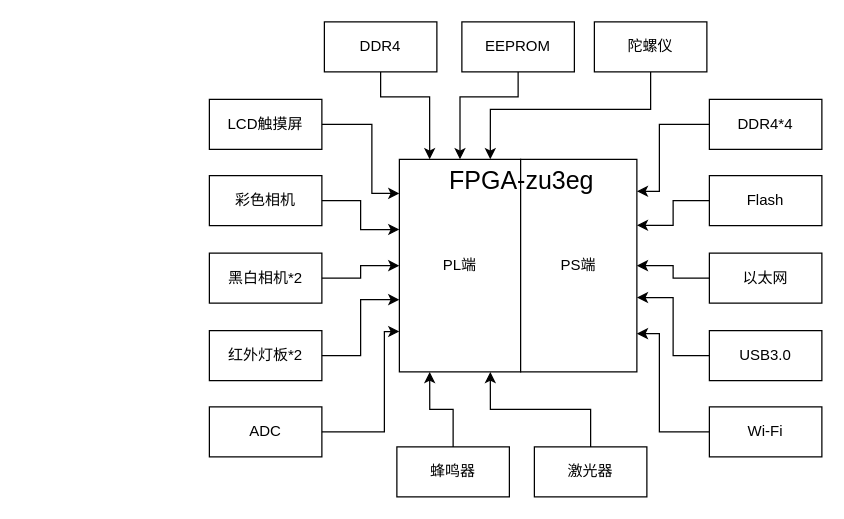
Earlier version of the draw.io diagram page "ame-光学定位仪" (7 of 7) of 框图.drawio (hjh0920/flow_chart). Source tidied: cells renumbered, new cells numbered last; positions are measured from the earlier drawing's top-left corner, leaving out a move shared by most shapes. Both pictures are drawn from the tidied source at 125%, with x=0, y=0 at pixel (209, 21).
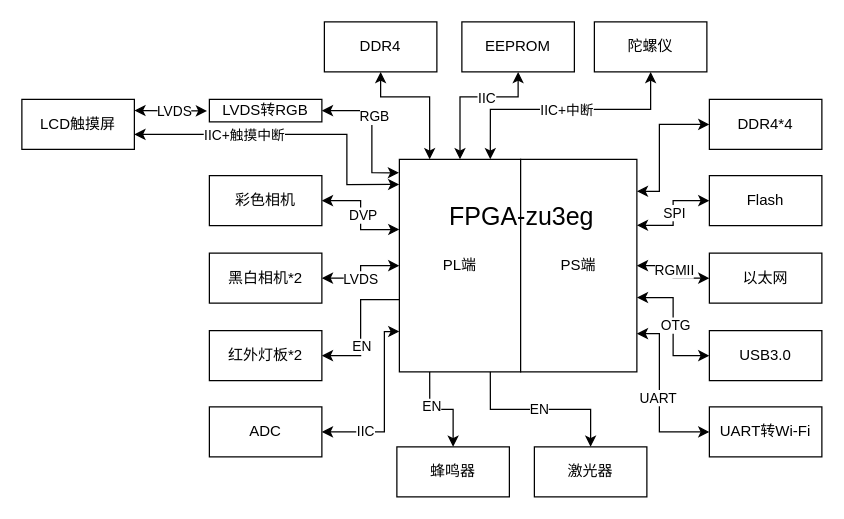
Above is the later version.

Unchanged cells that the change refers to:
```xml
<mxCell id="2" value="DDR4*4" style="rounded=0;whiteSpace=wrap;html=1;" parent="1" vertex="1">
  <mxGeometry x="400" y="62" width="90" height="40" as="geometry" />
</mxCell>
<mxCell id="4" value="DDR4" style="rounded=0;whiteSpace=wrap;html=1;" parent="1" vertex="1">
  <mxGeometry x="92" width="90" height="40" as="geometry" />
</mxCell>
<mxCell id="5" style="group;" parent="1" vertex="1">
  <mxGeometry x="152" y="110" width="190" height="170" as="geometry" />
</mxCell>
<mxCell id="6" value="PL端" style="rounded=0;whiteSpace=wrap;html=1;points=[[0,0,0,0,0],[0,0.16,0,0,0],[0,0.33,0,0,0],[0,0.5,0,0,0],[0,0.66,0,0,0],[0,0.81,0,0,0],[0,1,0,0,0],[0.25,0,0,0,0],[0.25,1,0,0,0],[0.5,0,0,0,0],[0.5,1,0,0,0],[0.75,0,0,0,0],[0.75,1,0,0,0],[1,0,0,0,0],[1,0.16,0,0,0],[1,0.33,0,0,0],[1,0.5,0,0,0],[1,0.66,0,0,0],[1,0.81,0,0,0],[1,1,0,0,0]];" parent="5" vertex="1">
  <mxGeometry width="97" height="170" as="geometry" />
</mxCell>
<mxCell id="7" value="PS端" style="rounded=0;whiteSpace=wrap;html=1;points=[[0,0,0,0,0],[0,0.25,0,0,0],[0,0.5,0,0,0],[0,0.75,0,0,0],[0,1,0,0,0],[0.25,0,0,0,0],[0.25,1,0,0,0],[0.5,0,0,0,0],[0.5,1,0,0,0],[0.75,0,0,0,0],[0.75,1,0,0,0],[1,0,0,0,0],[1,0.15,0,0,0],[1,0.31,0,0,0],[1,0.5,0,0,0],[1,0.65,0,0,0],[1,0.82,0,0,0],[1,1,0,0,0]];" parent="5" vertex="1">
  <mxGeometry x="97" width="93" height="170" as="geometry" />
</mxCell>
<mxCell id="9" value="蜂鸣器" style="rounded=0;whiteSpace=wrap;html=1;" parent="1" vertex="1">
  <mxGeometry x="150" y="340" width="90" height="40" as="geometry" />
</mxCell>
<mxCell id="10" value="Flash" style="rounded=0;whiteSpace=wrap;html=1;" parent="1" vertex="1">
  <mxGeometry x="400" y="123" width="90" height="40" as="geometry" />
</mxCell>
<mxCell id="11" value="黑白相机*2" style="rounded=0;whiteSpace=wrap;html=1;" parent="1" vertex="1">
  <mxGeometry y="185" width="90" height="40" as="geometry" />
</mxCell>
<mxCell id="13" value="陀螺仪" style="rounded=0;whiteSpace=wrap;html=1;" parent="1" vertex="1">
  <mxGeometry x="308" width="90" height="40" as="geometry" />
</mxCell>
<mxCell id="15" value="EEPROM" style="rounded=0;whiteSpace=wrap;html=1;" parent="1" vertex="1">
  <mxGeometry x="202" width="90" height="40" as="geometry" />
</mxCell>
<mxCell id="16" value="ADC" style="rounded=0;whiteSpace=wrap;html=1;" parent="1" vertex="1">
  <mxGeometry y="308" width="90" height="40" as="geometry" />
</mxCell>
<mxCell id="17" value="红外灯板*2" style="rounded=0;whiteSpace=wrap;html=1;" parent="1" vertex="1">
  <mxGeometry y="247" width="90" height="40" as="geometry" />
</mxCell>
<mxCell id="18" value="激光器" style="rounded=0;whiteSpace=wrap;html=1;" parent="1" vertex="1">
  <mxGeometry x="260" y="340" width="90" height="40" as="geometry" />
</mxCell>
<mxCell id="22" value="彩色相机" style="rounded=0;whiteSpace=wrap;html=1;" parent="1" vertex="1">
  <mxGeometry y="123" width="90" height="40" as="geometry" />
</mxCell>
<mxCell id="23" value="以太网" style="rounded=0;whiteSpace=wrap;html=1;" parent="1" vertex="1">
  <mxGeometry x="400" y="185" width="90" height="40" as="geometry" />
</mxCell>
<mxCell id="24" value="USB3.0" style="rounded=0;whiteSpace=wrap;html=1;" parent="1" vertex="1">
  <mxGeometry x="400" y="247" width="90" height="40" as="geometry" />
</mxCell>
```

Diff of the diagram source:
```diff
@@
-    <mxCell id="3" style="edgeStyle=orthogonalEdgeStyle;rounded=0;jettySize=auto;html=1;exitX=0.5;exitY=1;exitDx=0;exitDy=0;entryX=0.25;entryY=0;entryDx=0;entryDy=0;" parent="1" edge="1" source="4" target="6">
+    <mxCell id="3" style="edgeStyle=orthogonalEdgeStyle;rounded=0;jettySize=auto;html=1;exitX=0.5;exitY=1;exitDx=0;exitDy=0;entryX=0.25;entryY=0;entryDx=0;entryDy=0;startArrow=classic;startFill=1;" parent="1" edge="1" source="4" target="6">
       <mxGeometry relative="1" as="geometry">
         <Array as="points">
           <mxPoint x="137" y="60" />
           <mxPoint x="176" y="60" />
         </Array>
       </mxGeometry>
     </mxCell>
@@
     <mxCell id="8" value="FPGA-&lt;span style=&quot;background-color: transparent; color: light-dark(rgb(0, 0, 0), rgb(255, 255, 255));&quot;&gt;zu3eg&lt;/span&gt;" style="text;html=1;whiteSpace=wrap;strokeColor=none;fillColor=none;align=center;verticalAlign=middle;rounded=0;fontSize=20;fontStyle=0;" parent="5" vertex="1">
-      <mxGeometry x="13" y="2.7" width="170" height="26.8" as="geometry" />
+      <mxGeometry x="13" y="31.7" width="170" height="26.8" as="geometry" />
     </mxCell>
@@
-    <mxCell id="12" style="edgeStyle=orthogonalEdgeStyle;rounded=0;jettySize=auto;html=1;exitX=0.5;exitY=1;exitDx=0;exitDy=0;entryX=0.75;entryY=0;entryDx=0;entryDy=0;" parent="1" edge="1" source="13" target="6">
+    <mxCell id="12" style="edgeStyle=orthogonalEdgeStyle;rounded=0;jettySize=auto;html=1;exitX=0.5;exitY=1;exitDx=0;exitDy=0;entryX=0.75;entryY=0;entryDx=0;entryDy=0;startArrow=classic;startFill=1;" parent="1" edge="1" source="13" target="6">
       <mxGeometry relative="1" as="geometry">
         <Array as="points">
           <mxPoint x="353" y="70" />
           <mxPoint x="225" y="70" />
         </Array>
       </mxGeometry>
     </mxCell>
+    <mxCell id="36" value="IIC+中断" style="edgeLabel;html=1;align=center;verticalAlign=middle;" parent="12" vertex="1">
+      <mxGeometry x="-0.01" relative="1" as="geometry" />
+    </mxCell>
@@
-    <mxCell id="14" style="edgeStyle=orthogonalEdgeStyle;rounded=0;jettySize=auto;html=1;exitX=0.5;exitY=1;exitDx=0;exitDy=0;entryX=0.5;entryY=0;entryDx=0;entryDy=0;" parent="1" edge="1" source="15" target="6">
+    <mxCell id="14" style="edgeStyle=orthogonalEdgeStyle;rounded=0;jettySize=auto;html=1;exitX=0.5;exitY=1;exitDx=0;exitDy=0;entryX=0.5;entryY=0;entryDx=0;entryDy=0;startArrow=classic;startFill=1;" parent="1" edge="1" source="15" target="6">
       <mxGeometry relative="1" as="geometry">
         <Array as="points">
           <mxPoint x="247" y="60" />
           <mxPoint x="201" y="60" />
         </Array>
       </mxGeometry>
     </mxCell>
+    <mxCell id="37" value="IIC" style="edgeLabel;html=1;align=center;verticalAlign=middle;" parent="14" vertex="1">
+      <mxGeometry x="-0.21" relative="1" as="geometry" />
+    </mxCell>
@@
-    <mxCell id="19" value="Wi-Fi" style="rounded=0;whiteSpace=wrap;html=1;" parent="1" vertex="1">
+    <mxCell id="19" value="UART转Wi-Fi" style="rounded=0;whiteSpace=wrap;html=1;" parent="1" vertex="1">
       <mxGeometry x="400" y="308" width="90" height="40" as="geometry" />
     </mxCell>
-    <mxCell id="20" style="edgeStyle=orthogonalEdgeStyle;rounded=0;jettySize=auto;html=1;exitX=1;exitY=0.5;exitDx=0;exitDy=0;entryX=0;entryY=0.16;entryDx=0;entryDy=0;entryPerimeter=0;" parent="1" edge="1" source="21" target="6">
+    <mxCell id="20" style="edgeStyle=orthogonalEdgeStyle;rounded=0;jettySize=auto;html=1;exitX=1;exitY=0.5;exitDx=0;exitDy=0;entryX=-0.003;entryY=0.063;entryDx=0;entryDy=0;entryPerimeter=0;startArrow=classic;startFill=1;" parent="1" edge="1" source="21" target="6">
       <mxGeometry relative="1" as="geometry">
         <Array as="points">
-          <mxPoint x="130" y="82" />
-          <mxPoint x="130" y="137" />
+          <mxPoint x="130" y="71" />
+          <mxPoint x="130" y="120" />
+          <mxPoint x="152" y="120" />
         </Array>
       </mxGeometry>
     </mxCell>
+    <mxCell id="38" value="RGB" style="edgeLabel;html=1;align=center;verticalAlign=middle;" parent="20" vertex="1">
+      <mxGeometry x="-0.21" y="1" relative="1" as="geometry" />
+    </mxCell>
-    <mxCell id="21" value="LCD触摸屏" style="rounded=0;whiteSpace=wrap;html=1;" parent="1" vertex="1">
-      <mxGeometry y="62" width="90" height="40" as="geometry" />
+    <mxCell id="21" value="LVDS转RGB" style="rounded=0;whiteSpace=wrap;html=1;" parent="1" vertex="1">
+      <mxGeometry y="62" width="90" height="18" as="geometry" />
     </mxCell>
@@
-    <mxCell id="25" style="edgeStyle=orthogonalEdgeStyle;rounded=0;jettySize=auto;html=1;exitX=1;exitY=0.5;exitDx=0;exitDy=0;entryX=0;entryY=0.33;entryDx=0;entryDy=0;entryPerimeter=0;" parent="1" edge="1" source="22" target="6">
+    <mxCell id="25" style="edgeStyle=orthogonalEdgeStyle;rounded=0;jettySize=auto;html=1;exitX=1;exitY=0.5;exitDx=0;exitDy=0;entryX=0;entryY=0.33;entryDx=0;entryDy=0;entryPerimeter=0;startArrow=classic;startFill=1;" parent="1" edge="1" source="22" target="6">
       <mxGeometry relative="1" as="geometry" />
     </mxCell>
+    <mxCell id="39" value="DVP" style="edgeLabel;html=1;align=center;verticalAlign=middle;" parent="25" vertex="1">
+      <mxGeometry x="-0.02" y="1" relative="1" as="geometry" />
+    </mxCell>
-    <mxCell id="26" style="edgeStyle=orthogonalEdgeStyle;rounded=0;jettySize=auto;html=1;exitX=1;exitY=0.5;exitDx=0;exitDy=0;entryX=0;entryY=0.5;entryDx=0;entryDy=0;entryPerimeter=0;" parent="1" edge="1" source="11" target="6">
+    <mxCell id="26" style="edgeStyle=orthogonalEdgeStyle;rounded=0;jettySize=auto;html=1;exitX=1;exitY=0.5;exitDx=0;exitDy=0;entryX=0;entryY=0.5;entryDx=0;entryDy=0;entryPerimeter=0;startArrow=classic;startFill=1;" parent="1" edge="1" source="11" target="6">
       <mxGeometry relative="1" as="geometry" />
     </mxCell>
+    <mxCell id="40" value="LVDS" style="edgeLabel;html=1;align=center;verticalAlign=middle;" parent="26" vertex="1">
+      <mxGeometry x="-0.4" relative="1" as="geometry">
+        <mxPoint x="8" as="offset" />
+      </mxGeometry>
+    </mxCell>
-    <mxCell id="27" style="edgeStyle=orthogonalEdgeStyle;rounded=0;jettySize=auto;html=1;exitX=1;exitY=0.5;exitDx=0;exitDy=0;entryX=0;entryY=0.66;entryDx=0;entryDy=0;entryPerimeter=0;" parent="1" edge="1" source="17" target="6">
+    <mxCell id="27" style="edgeStyle=orthogonalEdgeStyle;rounded=0;jettySize=auto;html=1;exitX=1;exitY=0.5;exitDx=0;exitDy=0;entryX=0;entryY=0.66;entryDx=0;entryDy=0;entryPerimeter=0;startArrow=classic;startFill=1;endArrow=none;endFill=0;" parent="1" edge="1" source="17" target="6">
       <mxGeometry relative="1" as="geometry" />
     </mxCell>
+    <mxCell id="41" value="EN" style="edgeLabel;html=1;align=center;verticalAlign=middle;" parent="27" vertex="1">
+      <mxGeometry x="-0.27" relative="1" as="geometry" />
+    </mxCell>
-    <mxCell id="28" style="edgeStyle=orthogonalEdgeStyle;rounded=0;jettySize=auto;html=1;exitX=1;exitY=0.5;exitDx=0;exitDy=0;entryX=0;entryY=0.81;entryDx=0;entryDy=0;entryPerimeter=0;" parent="1" edge="1" source="16" target="6">
+    <mxCell id="28" style="edgeStyle=orthogonalEdgeStyle;rounded=0;jettySize=auto;html=1;exitX=1;exitY=0.5;exitDx=0;exitDy=0;entryX=0;entryY=0.81;entryDx=0;entryDy=0;entryPerimeter=0;startArrow=classic;startFill=1;" parent="1" edge="1" source="16" target="6">
       <mxGeometry relative="1" as="geometry">
         <Array as="points">
           <mxPoint x="140" y="328" />
           <mxPoint x="140" y="248" />
         </Array>
       </mxGeometry>
     </mxCell>
+    <mxCell id="42" value="IIC" style="edgeLabel;html=1;align=center;verticalAlign=middle;" parent="28" vertex="1">
+      <mxGeometry x="-0.52" y="1" relative="1" as="geometry" />
+    </mxCell>
-    <mxCell id="29" style="edgeStyle=orthogonalEdgeStyle;rounded=0;jettySize=auto;html=1;exitX=0.5;exitY=0;exitDx=0;exitDy=0;entryX=0.25;entryY=1;entryDx=0;entryDy=0;entryPerimeter=0;" parent="1" edge="1" source="9" target="6">
+    <mxCell id="29" style="edgeStyle=orthogonalEdgeStyle;rounded=0;jettySize=auto;html=1;exitX=0.5;exitY=0;exitDx=0;exitDy=0;entryX=0.25;entryY=1;entryDx=0;entryDy=0;entryPerimeter=0;startArrow=classic;startFill=1;endArrow=none;endFill=0;" parent="1" edge="1" source="9" target="6">
       <mxGeometry relative="1" as="geometry" />
     </mxCell>
+    <mxCell id="43" value="EN" style="edgeLabel;html=1;align=center;verticalAlign=middle;" parent="29" vertex="1">
+      <mxGeometry x="0.29" y="-1" relative="1" as="geometry" />
+    </mxCell>
-    <mxCell id="30" style="edgeStyle=orthogonalEdgeStyle;rounded=0;jettySize=auto;html=1;exitX=0.5;exitY=0;exitDx=0;exitDy=0;entryX=0.75;entryY=1;entryDx=0;entryDy=0;entryPerimeter=0;" parent="1" edge="1" source="18" target="6">
+    <mxCell id="30" style="edgeStyle=orthogonalEdgeStyle;rounded=0;jettySize=auto;html=1;exitX=0.5;exitY=0;exitDx=0;exitDy=0;entryX=0.75;entryY=1;entryDx=0;entryDy=0;entryPerimeter=0;startArrow=classic;startFill=1;endArrow=none;endFill=0;" parent="1" edge="1" source="18" target="6">
       <mxGeometry relative="1" as="geometry" />
     </mxCell>
+    <mxCell id="44" value="EN" style="edgeLabel;html=1;align=center;verticalAlign=middle;" parent="30" vertex="1">
+      <mxGeometry x="0.03" y="-1" relative="1" as="geometry" />
+    </mxCell>
-    <mxCell id="31" style="edgeStyle=orthogonalEdgeStyle;rounded=0;jettySize=auto;html=1;exitX=0;exitY=0.5;exitDx=0;exitDy=0;entryX=1;entryY=0.15;entryDx=0;entryDy=0;entryPerimeter=0;" parent="1" edge="1" source="2" target="7">
+    <mxCell id="31" style="edgeStyle=orthogonalEdgeStyle;rounded=0;jettySize=auto;html=1;exitX=0;exitY=0.5;exitDx=0;exitDy=0;entryX=1;entryY=0.15;entryDx=0;entryDy=0;entryPerimeter=0;startArrow=classic;startFill=1;" parent="1" edge="1" source="2" target="7">
       <mxGeometry relative="1" as="geometry">
         <Array as="points">
           <mxPoint x="360" y="82" />
           <mxPoint x="360" y="136" />
         </Array>
       </mxGeometry>
     </mxCell>
-    <mxCell id="32" style="edgeStyle=orthogonalEdgeStyle;rounded=0;jettySize=auto;html=1;exitX=0;exitY=0.5;exitDx=0;exitDy=0;entryX=1;entryY=0.31;entryDx=0;entryDy=0;entryPerimeter=0;" parent="1" edge="1" source="10" target="7">
+    <mxCell id="32" style="edgeStyle=orthogonalEdgeStyle;rounded=0;jettySize=auto;html=1;exitX=0;exitY=0.5;exitDx=0;exitDy=0;entryX=1;entryY=0.31;entryDx=0;entryDy=0;entryPerimeter=0;startArrow=classic;startFill=1;" parent="1" edge="1" source="10" target="7">
       <mxGeometry relative="1" as="geometry" />
     </mxCell>
+    <mxCell id="45" value="SPI" style="edgeLabel;html=1;align=center;verticalAlign=middle;" parent="32" vertex="1">
+      <mxGeometry x="-0.01" relative="1" as="geometry" />
+    </mxCell>
-    <mxCell id="33" style="edgeStyle=orthogonalEdgeStyle;rounded=0;jettySize=auto;html=1;exitX=0;exitY=0.5;exitDx=0;exitDy=0;entryX=1;entryY=0.5;entryDx=0;entryDy=0;entryPerimeter=0;" parent="1" edge="1" source="23" target="7">
+    <mxCell id="33" style="edgeStyle=orthogonalEdgeStyle;rounded=0;jettySize=auto;html=1;exitX=0;exitY=0.5;exitDx=0;exitDy=0;entryX=1;entryY=0.5;entryDx=0;entryDy=0;entryPerimeter=0;startArrow=classic;startFill=1;" parent="1" edge="1" source="23" target="7">
       <mxGeometry relative="1" as="geometry" />
     </mxCell>
+    <mxCell id="46" value="RGMII" style="edgeLabel;html=1;align=center;verticalAlign=middle;" parent="33" vertex="1">
+      <mxGeometry x="0.05" relative="1" as="geometry" />
+    </mxCell>
-    <mxCell id="34" style="edgeStyle=orthogonalEdgeStyle;rounded=0;jettySize=auto;html=1;exitX=0;exitY=0.5;exitDx=0;exitDy=0;entryX=1;entryY=0.65;entryDx=0;entryDy=0;entryPerimeter=0;" parent="1" edge="1" source="24" target="7">
+    <mxCell id="34" style="edgeStyle=orthogonalEdgeStyle;rounded=0;jettySize=auto;html=1;exitX=0;exitY=0.5;exitDx=0;exitDy=0;entryX=1;entryY=0.65;entryDx=0;entryDy=0;entryPerimeter=0;startArrow=classic;startFill=1;" parent="1" edge="1" source="24" target="7">
       <mxGeometry relative="1" as="geometry" />
     </mxCell>
+    <mxCell id="47" value="OTG" style="edgeLabel;html=1;align=center;verticalAlign=middle;" parent="34" vertex="1">
+      <mxGeometry x="0.03" y="-1" relative="1" as="geometry" />
+    </mxCell>
-    <mxCell id="35" style="edgeStyle=orthogonalEdgeStyle;rounded=0;jettySize=auto;html=1;exitX=0;exitY=0.5;exitDx=0;exitDy=0;entryX=1;entryY=0.82;entryDx=0;entryDy=0;entryPerimeter=0;" parent="1" edge="1" source="19" target="7">
+    <mxCell id="35" style="edgeStyle=orthogonalEdgeStyle;rounded=0;jettySize=auto;html=1;exitX=0;exitY=0.5;exitDx=0;exitDy=0;entryX=1;entryY=0.82;entryDx=0;entryDy=0;entryPerimeter=0;startArrow=classic;startFill=1;" parent="1" edge="1" source="19" target="7">
       <mxGeometry relative="1" as="geometry">
         <Array as="points">
           <mxPoint x="360" y="328" />
           <mxPoint x="360" y="249" />
         </Array>
       </mxGeometry>
     </mxCell>
+    <mxCell id="48" value="UART" style="edgeLabel;html=1;align=center;verticalAlign=middle;" parent="35" vertex="1">
+      <mxGeometry y="2" relative="1" as="geometry" />
+    </mxCell>
+    <mxCell id="49" value="LCD触摸屏" style="rounded=0;whiteSpace=wrap;html=1;" parent="1" vertex="1">
+      <mxGeometry x="-150" y="62" width="90" height="40" as="geometry" />
+    </mxCell>
+    <mxCell id="50" style="rounded=0;jettySize=auto;html=1;entryX=-0.021;entryY=0.514;entryDx=0;entryDy=0;startArrow=classic;startFill=1;entryPerimeter=0;" parent="1" edge="1" target="21">
+      <mxGeometry relative="1" as="geometry">
+        <mxPoint x="-60" y="70.9" as="sourcePoint" />
+      </mxGeometry>
+    </mxCell>
+    <mxCell id="51" value="LVDS" style="edgeLabel;html=1;align=center;verticalAlign=middle;" parent="50" vertex="1">
+      <mxGeometry x="0.1" relative="1" as="geometry" />
+    </mxCell>
+    <mxCell id="52" style="rounded=0;jettySize=auto;html=1;entryX=-0.001;entryY=0.118;entryDx=0;entryDy=0;startArrow=classic;startFill=1;entryPerimeter=0;edgeStyle=orthogonalEdgeStyle;" parent="1" edge="1" target="6">
+      <mxGeometry relative="1" as="geometry">
+        <mxPoint x="-60" y="90" as="sourcePoint" />
+        <Array as="points">
+          <mxPoint x="110" y="90" />
+          <mxPoint x="110" y="130" />
+        </Array>
+      </mxGeometry>
+    </mxCell>
+    <mxCell id="53" value="IIC+触摸中断" style="edgeLabel;html=1;align=center;verticalAlign=middle;" parent="52" vertex="1">
+      <mxGeometry x="-0.31" relative="1" as="geometry" />
+    </mxCell>
```
